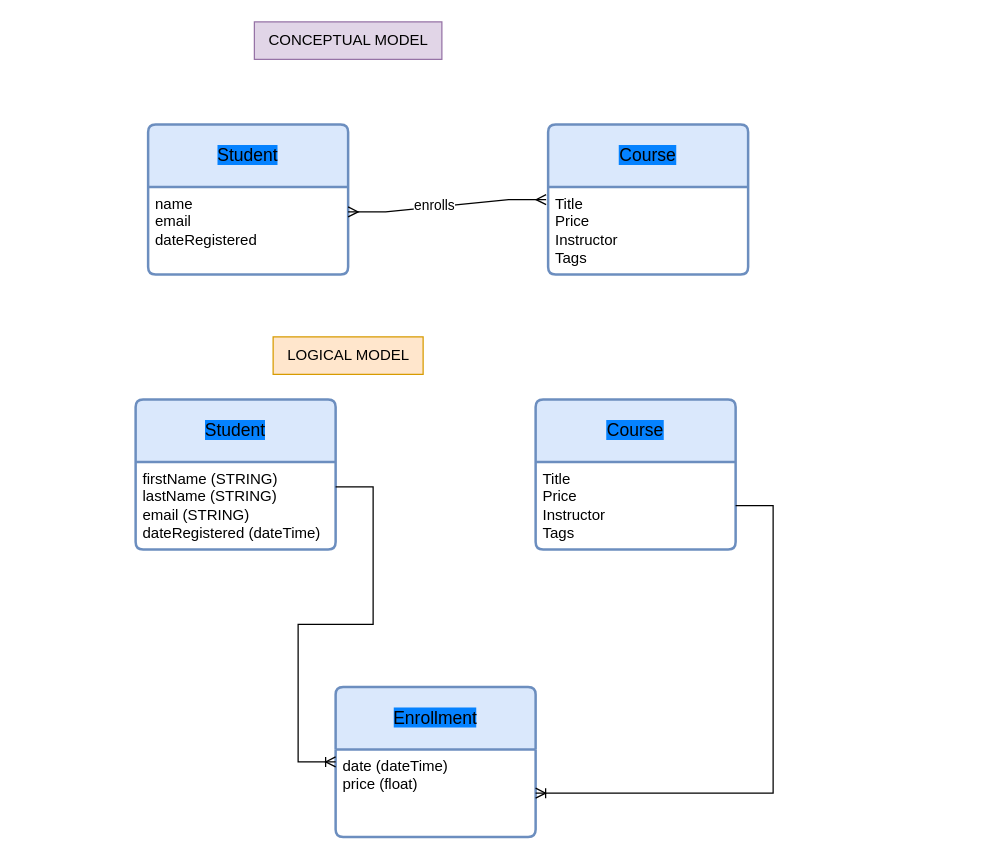
Above: LMS Conceptual & Logical Model.drawio in confoundingloop/SQL-Learning-Management-System-Database-Project (draw.io), before the change. Source tidied: cells renumbered, new cells numbered last; positions are measured from the earlier drawing's top-left corner, leaving out a move shared by most shapes. Both pictures are drawn from the tidied source at 125%, with x=0, y=0 at pixel (-459, -76).
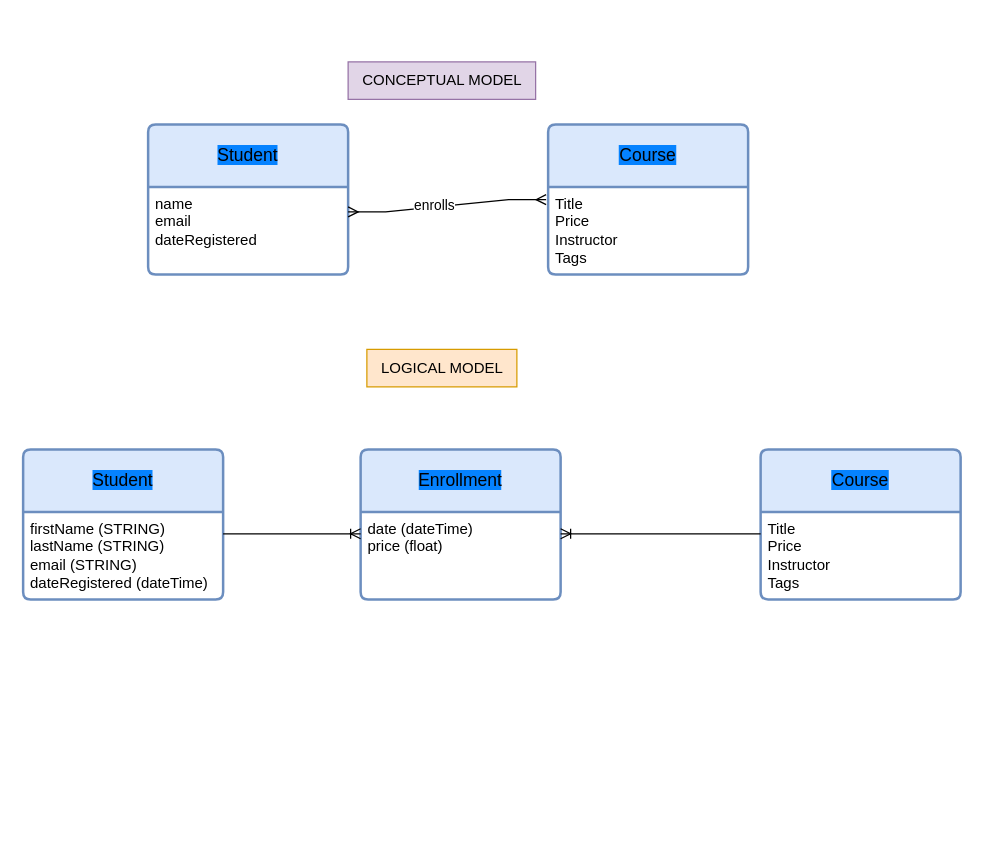
The same page after the edit.

The change refers to these unchanged cells:
```xml
<mxCell id="9" value="&lt;div&gt;firstName (STRING)&lt;/div&gt;&lt;div&gt;lastName (STRING)&lt;/div&gt;&lt;div&gt;email (STRING)&lt;/div&gt;&lt;div&gt;dateRegistered (dateTime)&lt;/div&gt;" style="align=left;strokeColor=none;fillColor=none;spacingLeft=4;fontSize=12;verticalAlign=top;html=1;" parent="8" vertex="1">
  <mxGeometry y="50" width="160" height="70" as="geometry" />
</mxCell>
<mxCell id="11" value="Title&lt;div&gt;Price&lt;/div&gt;&lt;div&gt;Instructor&lt;/div&gt;&lt;div&gt;Tags&lt;/div&gt;" style="align=left;strokeColor=none;fillColor=none;spacingLeft=4;fontSize=12;verticalAlign=top;html=1;" parent="10" vertex="1">
  <mxGeometry y="50" width="160" height="70" as="geometry" />
</mxCell>
<mxCell id="13" value="date (dateTime)&lt;div&gt;price (float)&lt;/div&gt;&lt;div&gt;&lt;br&gt;&lt;/div&gt;" style="align=left;strokeColor=none;fillColor=none;spacingLeft=4;fontSize=12;verticalAlign=top;html=1;" parent="12" vertex="1">
  <mxGeometry y="50" width="160" height="70" as="geometry" />
</mxCell>
```

What changed in the source:
```diff
@@
     <mxCell id="8" value="&lt;span style=&quot;background-color: rgb(5, 130, 255);&quot;&gt;Student&lt;/span&gt;" style="swimlane;horizontal=1;startSize=50;rounded=1;fontSize=14;fontStyle=0;strokeWidth=2;shadow=0;dashed=0;align=center;arcSize=4;whiteSpace=wrap;html=1;fillColor=#dae8fc;strokeColor=#6c8ebf;" parent="1" vertex="1">
-      <mxGeometry x="475" y="380" width="160" height="120" as="geometry" />
+      <mxGeometry x="385" y="420" width="160" height="120" as="geometry" />
     </mxCell>
@@
     <mxCell id="10" value="&lt;span style=&quot;background-color: rgb(5, 130, 255);&quot;&gt;Course&lt;/span&gt;" style="swimlane;horizontal=1;startSize=50;rounded=1;fontSize=14;fontStyle=0;strokeWidth=2;shadow=0;dashed=0;align=center;arcSize=4;whiteSpace=wrap;html=1;fillColor=#dae8fc;strokeColor=#6c8ebf;" parent="1" vertex="1">
-      <mxGeometry x="795" y="380" width="160" height="120" as="geometry" />
+      <mxGeometry x="975" y="420" width="160" height="120" as="geometry" />
     </mxCell>
@@
     <mxCell id="12" value="&lt;span style=&quot;background-color: rgb(5, 130, 255);&quot;&gt;Enrollment&lt;/span&gt;" style="swimlane;horizontal=1;startSize=50;rounded=1;fontSize=14;fontStyle=0;strokeWidth=2;shadow=0;dashed=0;align=center;arcSize=4;whiteSpace=wrap;html=1;fillColor=#dae8fc;strokeColor=#6c8ebf;" parent="1" vertex="1">
-      <mxGeometry x="635" y="610" width="160" height="120" as="geometry" />
+      <mxGeometry x="655" y="420" width="160" height="120" as="geometry" />
     </mxCell>
@@
-    <mxCell id="14" style="edgeStyle=entityRelationEdgeStyle;fontSize=12;html=1;endArrow=ERoneToMany;rounded=0;" parent="1" edge="1">
+    <mxCell id="14" style="edgeStyle=entityRelationEdgeStyle;fontSize=12;html=1;endArrow=ERoneToMany;rounded=0;exitX=1;exitY=0.25;exitDx=0;exitDy=0;entryX=0;entryY=0.25;entryDx=0;entryDy=0;" parent="1" edge="1" source="9" target="13">
       <mxGeometry relative="1" as="geometry">
-        <mxPoint x="635" y="450" as="sourcePoint" />
-        <mxPoint x="635" y="670" as="targetPoint" />
         <Array as="points">
-          <mxPoint y="800" />
-          <mxPoint x="480" y="800" />
-          <mxPoint x="465" y="820" />
-          <mxPoint x="465" y="750" />
-          <mxPoint x="460" y="860" />
-          <mxPoint x="460" y="870" />
+          <mxPoint x="50" y="800" />
+          <mxPoint x="530" y="800" />
+          <mxPoint x="515" y="820" />
+          <mxPoint x="515" y="750" />
+          <mxPoint x="510" y="860" />
+          <mxPoint x="510" y="870" />
         </Array>
       </mxGeometry>
     </mxCell>
-    <mxCell id="15" style="edgeStyle=entityRelationEdgeStyle;fontSize=12;html=1;endArrow=ERoneToMany;rounded=0;entryX=1;entryY=0.5;entryDx=0;entryDy=0;" parent="1" edge="1" source="11" target="13">
+    <mxCell id="15" style="edgeStyle=entityRelationEdgeStyle;fontSize=12;html=1;endArrow=ERoneToMany;rounded=0;entryX=1;entryY=0.25;entryDx=0;entryDy=0;exitX=0;exitY=0.25;exitDx=0;exitDy=0;" parent="1" edge="1" source="11" target="13">
       <mxGeometry relative="1" as="geometry">
         <Array as="points">
-          <mxPoint x="995" y="450" />
-          <mxPoint x="965" y="570" />
-          <mxPoint x="330" y="800" />
-          <mxPoint x="810" y="800" />
-          <mxPoint x="895" y="680" />
-          <mxPoint x="795" y="820" />
-          <mxPoint x="795" y="750" />
-          <mxPoint x="790" y="860" />
-          <mxPoint x="790" y="870" />
+          <mxPoint x="1115" y="420" />
+          <mxPoint x="1035" y="570.5" />
+          <mxPoint x="1065" y="430" />
+          <mxPoint x="965" y="490" />
+          <mxPoint x="945" y="460" />
+          <mxPoint x="1085" y="540" />
+          <mxPoint x="450" y="770" />
+          <mxPoint x="930" y="770" />
+          <mxPoint x="1015" y="650" />
+          <mxPoint x="915" y="790" />
+          <mxPoint x="915" y="720" />
+          <mxPoint x="910" y="830" />
+          <mxPoint x="910" y="840" />
         </Array>
       </mxGeometry>
     </mxCell>
     <mxCell id="16" value="CONCEPTUAL MODEL" style="text;html=1;align=center;verticalAlign=middle;strokeColor=#9673a6;fillColor=#e1d5e7;" parent="1" vertex="1">
-      <mxGeometry x="570" y="78" width="150" height="30" as="geometry" />
+      <mxGeometry x="645" y="110" width="150" height="30" as="geometry" />
     </mxCell>
     <mxCell id="17" value="LOGICAL MODEL" style="text;html=1;align=center;verticalAlign=middle;strokeColor=#d79b00;fillColor=#ffe6cc;" parent="1" vertex="1">
-      <mxGeometry x="585" y="330" width="120" height="30" as="geometry" />
+      <mxGeometry x="660" y="340" width="120" height="30" as="geometry" />
     </mxCell>
```
